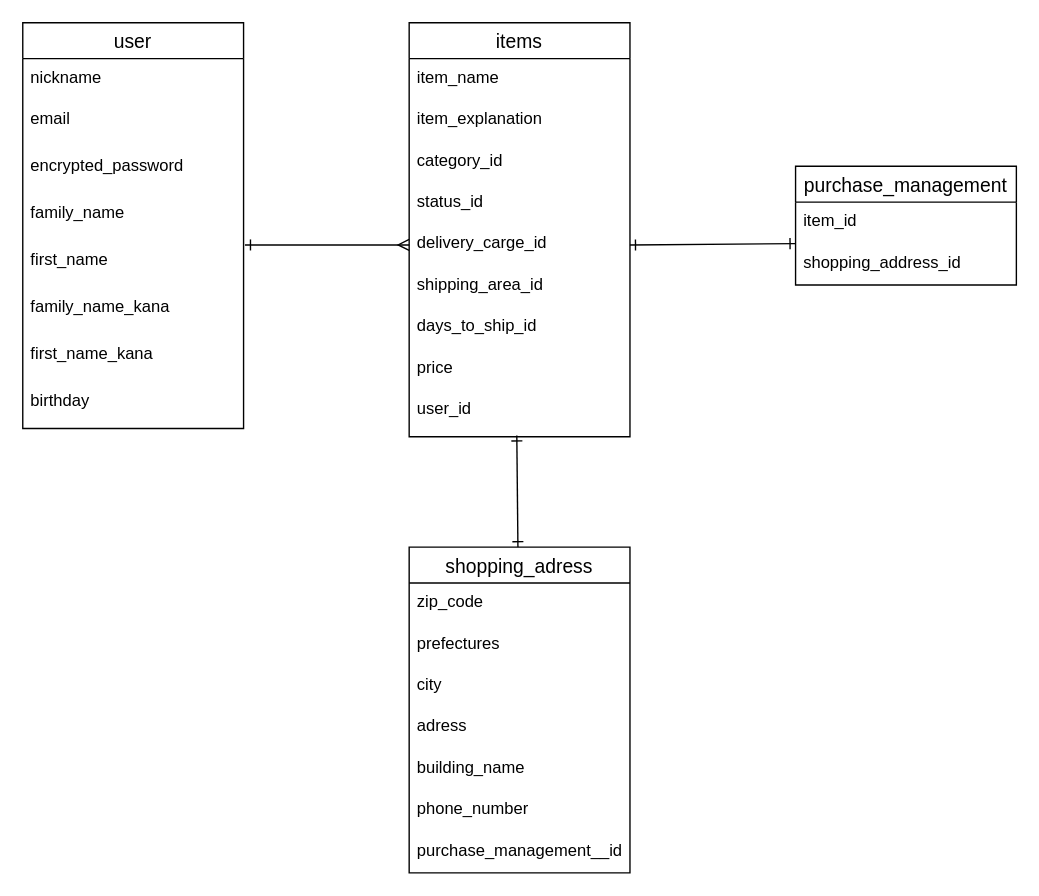
The draw.io diagram furima-35365.dio in na05yuki/furima-35365, before the edit. Source tidied: cells renumbered, new cells numbered last; positions are measured from the earlier drawing's top-left corner, leaving out a move shared by most shapes. Both pictures are drawn from the tidied source at 138%, with x=0, y=0 at pixel (22, 22).
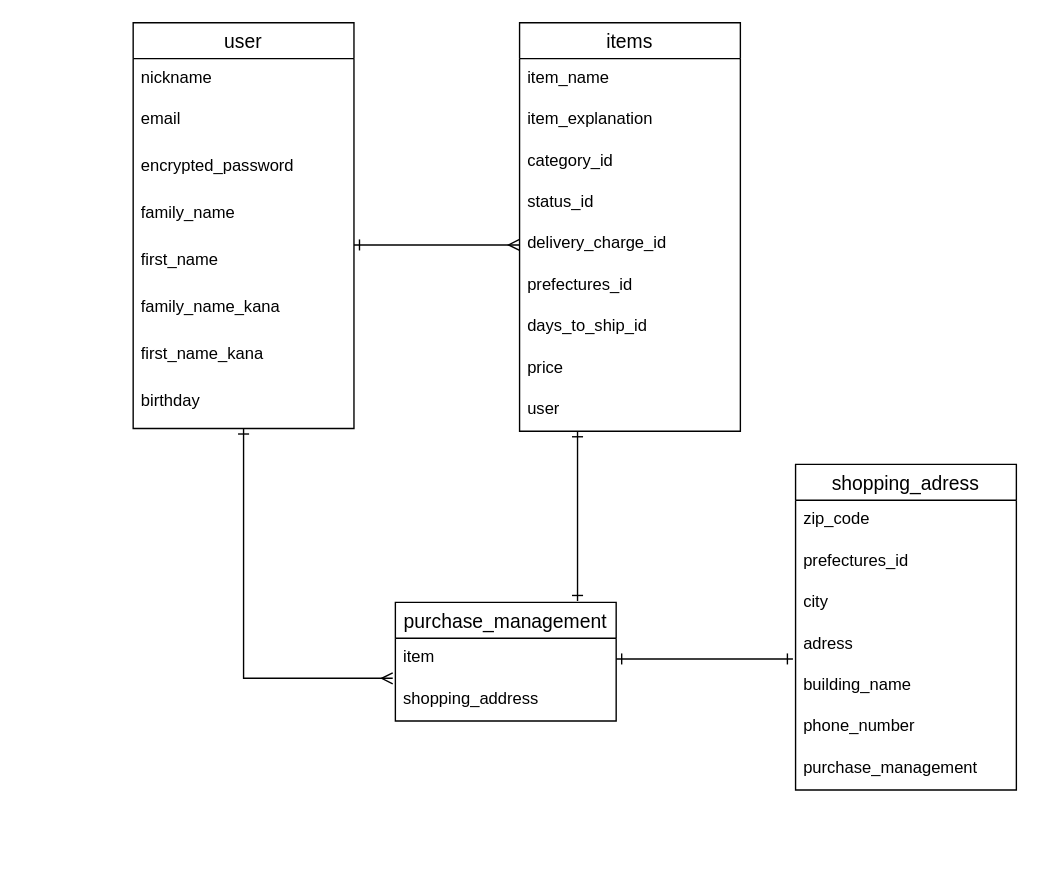
The same diagram, later.

Commit message (it also covers changes not shown here):
ER図作成、テーブル設計の修正２

The change refers to these unchanged cells:
```xml
<mxCell id="31" value="building_name" style="text;strokeColor=none;fillColor=none;spacingLeft=4;spacingRight=4;overflow=hidden;points=[[0,0.5],[1,0.5]];portConstraint=eastwest;fontSize=12;" parent="26" vertex="1">
  <mxGeometry y="146" width="160" height="30" as="geometry" />
</mxCell>
```

Diff of the diagram source:
```diff
@@
+    <mxCell id="20" style="edgeStyle=orthogonalEdgeStyle;rounded=0;jettySize=auto;html=1;startArrow=ERone;startFill=0;endArrow=ERmany;endFill=0;entryX=-0.012;entryY=-0.033;entryDx=0;entryDy=0;entryPerimeter=0;" parent="1" edge="1" source="2" target="23">
+      <mxGeometry relative="1" as="geometry">
+        <Array as="points">
+          <mxPoint x="160" y="475" />
+        </Array>
+      </mxGeometry>
+    </mxCell>
     <mxCell id="2" value="user" style="swimlane;fontStyle=0;horizontal=1;startSize=26;align=center;fontSize=14;" parent="1" vertex="1">
-      <mxGeometry width="160" height="294" as="geometry" />
+      <mxGeometry x="80" width="160" height="294" as="geometry" />
     </mxCell>
@@
     <mxCell id="11" value="items" style="swimlane;fontStyle=0;horizontal=1;startSize=26;align=center;fontSize=14;" parent="1" vertex="1">
-      <mxGeometry x="280" width="160" height="300" as="geometry" />
+      <mxGeometry x="360" width="160" height="296" as="geometry" />
     </mxCell>
@@
-    <mxCell id="16" value="delivery_carge_id" style="text;strokeColor=none;fillColor=none;spacingLeft=4;spacingRight=4;overflow=hidden;points=[[0,0.5],[1,0.5]];portConstraint=eastwest;fontSize=12;" parent="11" vertex="1">
+    <mxCell id="16" value="delivery_charge_id" style="text;strokeColor=none;fillColor=none;spacingLeft=4;spacingRight=4;overflow=hidden;points=[[0,0.5],[1,0.5]];portConstraint=eastwest;fontSize=12;" parent="11" vertex="1">
       <mxGeometry y="146" width="160" height="30" as="geometry" />
     </mxCell>
-    <mxCell id="17" value="shipping_area_id" style="text;strokeColor=none;fillColor=none;spacingLeft=4;spacingRight=4;overflow=hidden;fontSize=12;" parent="11" vertex="1">
+    <mxCell id="17" value="prefectures_id" style="text;strokeColor=none;fillColor=none;spacingLeft=4;spacingRight=4;overflow=hidden;fontSize=12;" parent="11" vertex="1">
       <mxGeometry y="176" width="160" height="30" as="geometry" />
     </mxCell>
@@
-    <mxCell id="20" value="user_id" style="text;strokeColor=none;fillColor=none;spacingLeft=4;spacingRight=4;overflow=hidden;fontSize=12;" parent="11" vertex="1">
-      <mxGeometry y="266" width="160" height="34" as="geometry" />
-    </mxCell>
+    <mxCell id="35" value="user" style="text;strokeColor=none;fillColor=none;spacingLeft=4;spacingRight=4;overflow=hidden;fontSize=12;" parent="11" vertex="1">
+      <mxGeometry y="266" width="160" height="30" as="geometry" />
+    </mxCell>
-    <mxCell id="21" style="edgeStyle=none;rounded=0;jettySize=auto;html=1;startArrow=ERone;startFill=0;endArrow=ERone;endFill=0;entryX=1;entryY=0.5;entryDx=0;entryDy=0;exitX=0;exitY=0;exitDx=0;exitDy=0;exitPerimeter=0;" parent="1" edge="1" source="24" target="16">
-      <mxGeometry relative="1" as="geometry" />
+    <mxCell id="21" style="edgeStyle=none;rounded=0;orthogonalLoop=1;jettySize=auto;html=1;startArrow=ERone;startFill=0;endArrow=ERone;endFill=0;" parent="1" edge="1">
+      <mxGeometry relative="1" as="geometry">
+        <mxPoint x="402" y="419" as="sourcePoint" />
+        <mxPoint x="402" y="296" as="targetPoint" />
+      </mxGeometry>
     </mxCell>
     <mxCell id="22" value="purchase_management" style="swimlane;fontStyle=0;horizontal=1;startSize=26;align=center;fontSize=14;" parent="1" vertex="1">
-      <mxGeometry x="560" y="104" width="160" height="86" as="geometry" />
+      <mxGeometry x="270" y="420" width="160" height="86" as="geometry" />
     </mxCell>
+    <mxCell id="36" value="item" style="text;strokeColor=none;fillColor=none;spacingLeft=4;spacingRight=4;overflow=hidden;points=[[0,0.5],[1,0.5]];portConstraint=eastwest;fontSize=12;" parent="22" vertex="1">
+      <mxGeometry y="26" width="160" height="30" as="geometry" />
+    </mxCell>
-    <mxCell id="23" value="item_id" style="text;strokeColor=none;fillColor=none;spacingLeft=4;spacingRight=4;overflow=hidden;points=[[0,0.5],[1,0.5]];portConstraint=eastwest;fontSize=12;" parent="22" vertex="1">
-      <mxGeometry y="26" width="160" height="30" as="geometry" />
+    <mxCell id="23" value="shopping_address" style="text;strokeColor=none;fillColor=none;spacingLeft=4;spacingRight=4;overflow=hidden;points=[[0,0.5],[1,0.5]];portConstraint=eastwest;fontSize=12;" parent="22" vertex="1">
+      <mxGeometry y="56" width="160" height="30" as="geometry" />
     </mxCell>
-    <mxCell id="24" value="shopping_address_id" style="text;strokeColor=none;fillColor=none;spacingLeft=4;spacingRight=4;overflow=hidden;points=[[0,0.5],[1,0.5]];portConstraint=eastwest;fontSize=12;" parent="22" vertex="1">
-      <mxGeometry y="56" width="160" height="30" as="geometry" />
-    </mxCell>
-    <mxCell id="25" style="edgeStyle=none;rounded=0;jettySize=auto;html=1;startArrow=ERone;startFill=0;endArrow=ERone;endFill=0;" parent="1" edge="1" source="26">
-      <mxGeometry relative="1" as="geometry">
-        <mxPoint x="358" y="299" as="targetPoint" />
-      </mxGeometry>
-    </mxCell>
     <mxCell id="26" value="shopping_adress" style="swimlane;fontStyle=0;horizontal=1;startSize=26;align=center;fontSize=14;" parent="1" vertex="1">
-      <mxGeometry x="280" y="380" width="160" height="236" as="geometry" />
+      <mxGeometry x="560" y="320" width="160" height="236" as="geometry" />
     </mxCell>
@@
-    <mxCell id="28" value="prefectures" style="text;strokeColor=none;fillColor=none;spacingLeft=4;spacingRight=4;overflow=hidden;fontSize=12;" parent="26" vertex="1">
+    <mxCell id="28" value="prefectures_id" style="text;strokeColor=none;fillColor=none;spacingLeft=4;spacingRight=4;overflow=hidden;fontSize=12;" parent="26" vertex="1">
       <mxGeometry y="56" width="160" height="30" as="geometry" />
     </mxCell>
@@
-    <mxCell id="33" value="purchase_management__id" style="text;strokeColor=none;fillColor=none;spacingLeft=4;spacingRight=4;overflow=hidden;fontSize=12;" parent="26" vertex="1">
+    <mxCell id="33" value="purchase_management" style="text;strokeColor=none;fillColor=none;spacingLeft=4;spacingRight=4;overflow=hidden;fontSize=12;" parent="26" vertex="1">
       <mxGeometry y="206" width="160" height="30" as="geometry" />
     </mxCell>
-    <mxCell id="34" style="fontSize=12;html=1;endArrow=ERmany;startArrow=ERone;endFill=0;startFill=0;entryX=0;entryY=0.5;entryDx=0;entryDy=0;" parent="1" edge="1" target="16">
+    <mxCell id="34" style="fontSize=12;html=1;endArrow=ERmany;startArrow=ERone;endFill=0;startFill=0;" parent="1" edge="1">
       <mxGeometry relative="1" as="geometry">
-        <mxPoint x="161" y="161" as="sourcePoint" />
+        <mxPoint x="240" y="161" as="sourcePoint" />
+        <mxPoint x="360" y="161" as="targetPoint" />
       </mxGeometry>
     </mxCell>
+    <mxCell id="37" style="edgeStyle=orthogonalEdgeStyle;rounded=0;jettySize=auto;html=1;exitX=1;exitY=0.5;exitDx=0;exitDy=0;entryX=-0.012;entryY=-0.167;entryDx=0;entryDy=0;entryPerimeter=0;startArrow=ERone;startFill=0;endArrow=ERone;endFill=0;" parent="1" edge="1" source="36" target="31">
+      <mxGeometry relative="1" as="geometry" />
+    </mxCell>
```
